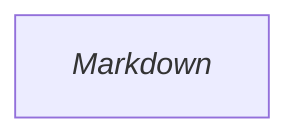
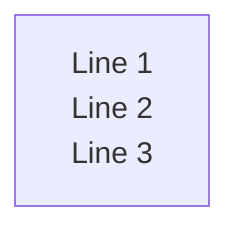
flowchart
-   markdown["`*Markdown*`"]+   markdown["`Line 1
+   Line 2
+   Line 3`"]